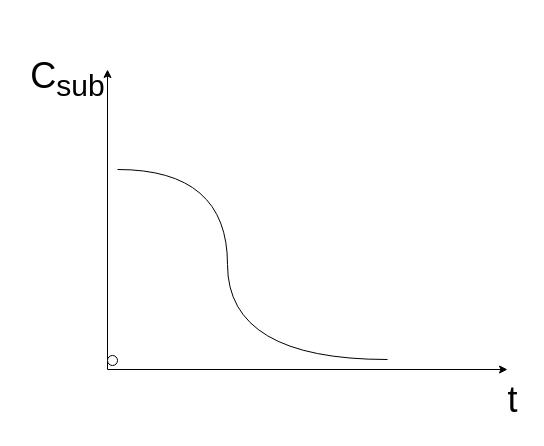
The draw.io diagram c-t.drawio in awkil/drawio_o, before the edit. Source tidied: cells renumbered, new cells numbered last; positions are measured from the earlier drawing's top-left corner, leaving out a move shared by most shapes. Both pictures are drawn from the tidied source at 100%, with x=0, y=0 at pixel (17, 49).
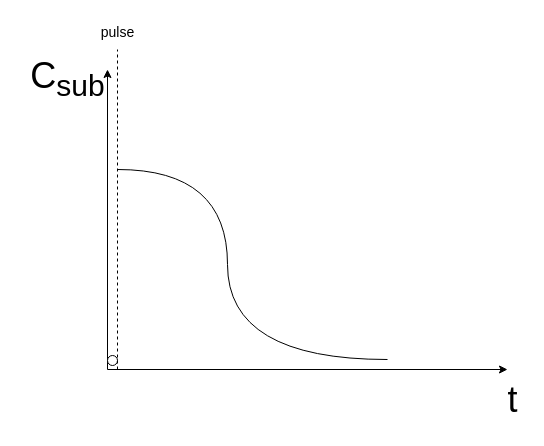
Above is the later version.

The edit, as a diff of the source:
```diff
@@
 <mxGraphModel>
   <root>
     <mxCell id="0" />
     <mxCell id="1" parent="0" />
     <mxCell id="2" style="endArrow=classic;html=1;rounded=0;" parent="1" edge="1">
       <mxGeometry relative="1" as="geometry">
         <mxPoint x="90" y="320" as="sourcePoint" />
         <mxPoint x="490" y="320" as="targetPoint" />
       </mxGeometry>
     </mxCell>
     <mxCell id="3" style="endArrow=classic;html=1;rounded=0;" parent="1" edge="1">
       <mxGeometry relative="1" as="geometry">
         <mxPoint x="90" y="320" as="sourcePoint" />
         <mxPoint x="90" y="20" as="targetPoint" />
       </mxGeometry>
     </mxCell>
     <mxCell id="4" value="&lt;font style=&quot;font-size: 36px;&quot;&gt;C&lt;sub&gt;sub&lt;/sub&gt;&lt;/font&gt;" style="text;html=1;align=center;verticalAlign=middle;strokeColor=none;fillColor=none;" parent="1" vertex="1">
       <mxGeometry width="100" height="60" as="geometry" />
     </mxCell>
     <mxCell id="5" value="&lt;font style=&quot;font-size: 36px;&quot;&gt;t&lt;/font&gt;" style="text;html=1;align=center;verticalAlign=middle;strokeColor=none;fillColor=none;" parent="1" vertex="1">
       <mxGeometry x="480" y="320" width="30" height="60" as="geometry" />
     </mxCell>
     <mxCell id="6" style="endArrow=none;html=1;rounded=0;edgeStyle=orthogonalEdgeStyle;curved=1;" parent="1" edge="1">
       <mxGeometry relative="1" as="geometry">
         <mxPoint x="100" y="120" as="sourcePoint" />
         <mxPoint x="370" y="310" as="targetPoint" />
         <Array as="points">
           <mxPoint x="210" y="120" />
           <mxPoint x="210" y="310" />
         </Array>
       </mxGeometry>
     </mxCell>
     <mxCell id="7" style="ellipse;whiteSpace=wrap;html=1;" parent="1" vertex="1">
       <mxGeometry x="90" y="306" width="10" height="10" as="geometry" />
     </mxCell>
+    <mxCell id="8" style="endArrow=none;dashed=1;html=1;rounded=0;" parent="1" edge="1">
+      <mxGeometry relative="1" as="geometry">
+        <mxPoint x="100" y="320" as="sourcePoint" />
+        <mxPoint x="100" as="targetPoint" />
+      </mxGeometry>
+    </mxCell>
+    <mxCell id="9" value="&lt;font style=&quot;font-size: 14px;&quot;&gt;pulse&lt;/font&gt;" style="text;html=1;align=center;verticalAlign=middle;strokeColor=none;fillColor=none;" parent="1" vertex="1">
+      <mxGeometry x="70" y="-32" width="60" height="30" as="geometry" />
+    </mxCell>
   </root>
 </mxGraphModel>
```
